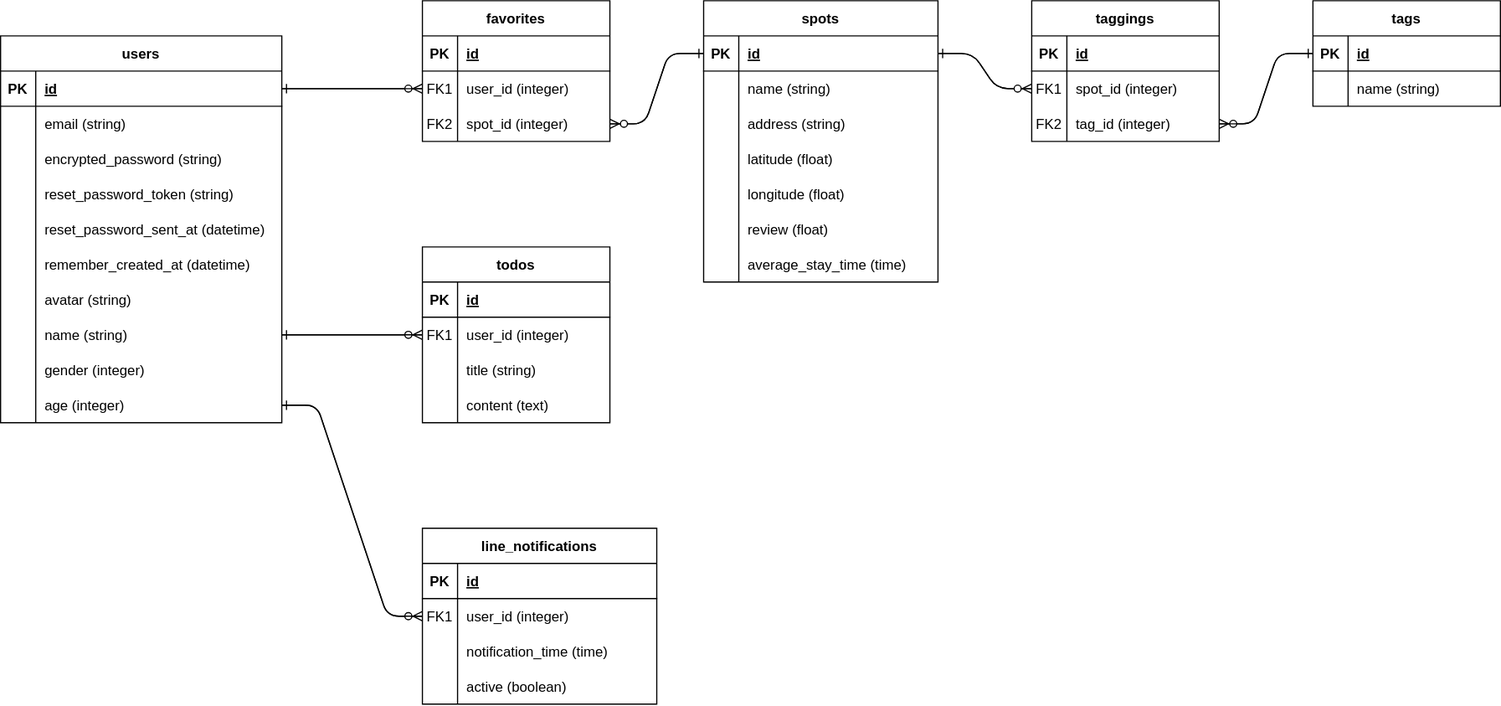
Above: ER_diagram.drawio.svg in yu70-m5d/free-time-navigator (draw.io), before the change. Source tidied: cells renumbered, new cells last; positions are measured from the earlier drawing's top-left corner, leaving out a move shared by most shapes.
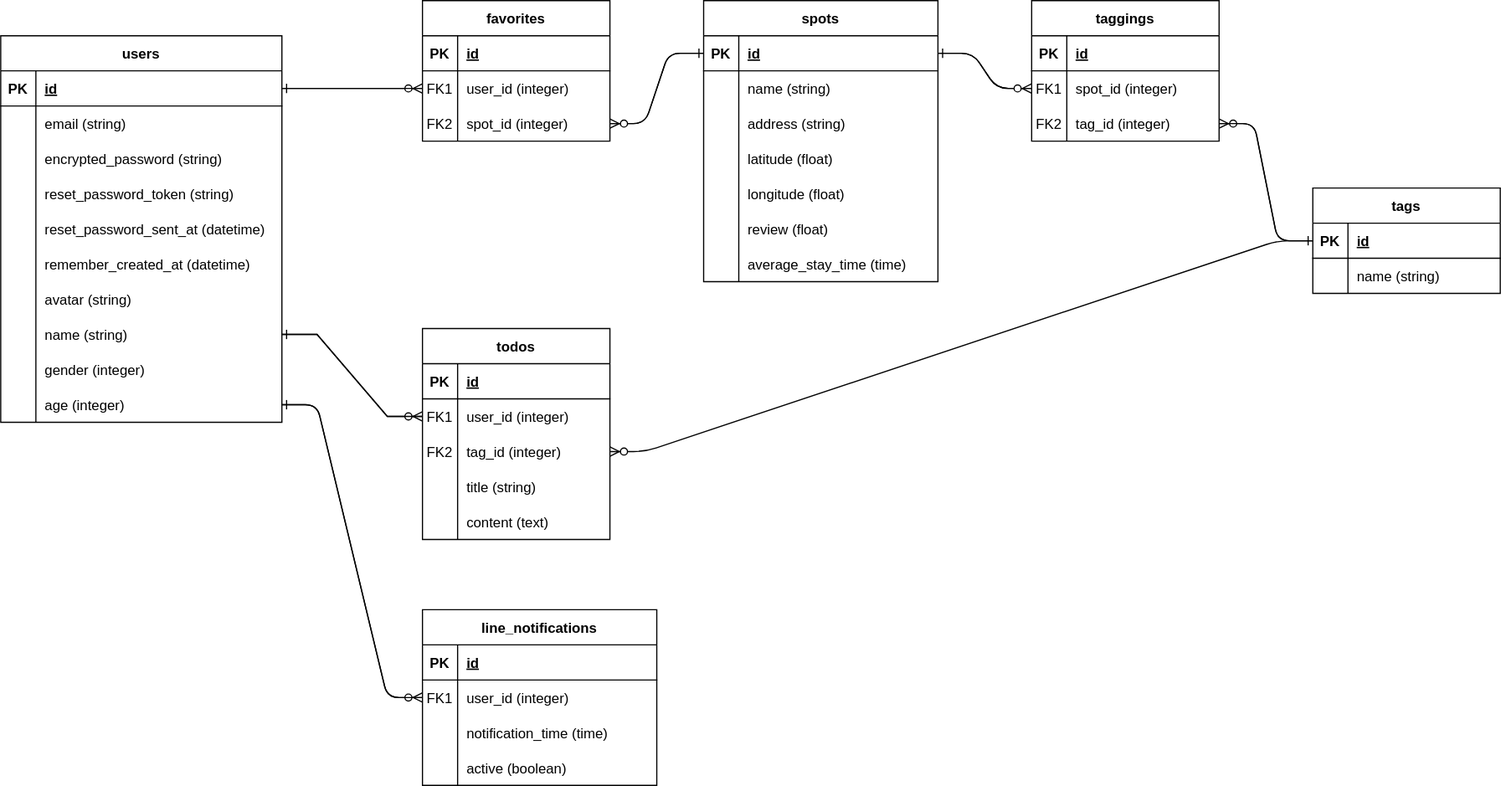
After the change.

Commit message:
修正3:ER図修正

Change to the diagram source:
```diff
@@ -192,7 +192,7 @@
       <mxGeometry x="30" width="210" height="30" as="geometry" />
     </mxCell>
     <mxCell id="65" value="tags" style="shape=table;startSize=30;rowLines=0;fontStyle=1;align=center;" parent="1" vertex="1">
-      <mxGeometry x="1120" width="160" height="90" as="geometry" />
+      <mxGeometry x="1120" y="160" width="160" height="90" as="geometry" />
     </mxCell>
     <mxCell id="66" style="shape=partialRectangle;fillColor=none;points=[[0,0.5],[1,0.5]];portConstraint=eastwest;top=0;left=0;right=0;bottom=1;" parent="65" vertex="1">
       <mxGeometry y="30" width="160" height="30" as="geometry" />
@@ -213,7 +213,7 @@
       <mxGeometry x="30" width="130" height="30" as="geometry" />
     </mxCell>
     <mxCell id="72" value="todos" style="shape=table;startSize=30;rowLines=0;fontStyle=1;align=center;" parent="1" vertex="1">
-      <mxGeometry x="360" y="210" width="160" height="150" as="geometry" />
+      <mxGeometry x="360" y="280" width="160" height="180" as="geometry" />
     </mxCell>
     <mxCell id="73" style="shape=partialRectangle;fillColor=none;top=0;left=0;right=0;bottom=1;" parent="72" vertex="1">
       <mxGeometry y="30" width="160" height="30" as="geometry" />
@@ -233,8 +233,17 @@
     <mxCell id="78" value="user_id (integer)" style="shape=partialRectangle;overflow=hidden;fillColor=none;top=0;left=0;bottom=0;right=0;align=left;spacingLeft=6;" parent="76" vertex="1">
       <mxGeometry x="30" width="130" height="30" as="geometry" />
     </mxCell>
+    <mxCell id="120" style="shape=partialRectangle;fillColor=none;points=[[0,0.5],[1,0.5]];portConstraint=eastwest;top=0;left=0;right=0;bottom=0;" parent="72" vertex="1">
+      <mxGeometry y="90" width="160" height="30" as="geometry" />
+    </mxCell>
+    <mxCell id="121" value="FK2" style="shape=partialRectangle;overflow=hidden;fillColor=none;top=0;left=0;bottom=0;right=0;" parent="120" vertex="1">
+      <mxGeometry width="30" height="30" as="geometry" />
+    </mxCell>
+    <mxCell id="122" value="tag_id (integer)" style="shape=partialRectangle;overflow=hidden;fillColor=none;top=0;left=0;bottom=0;right=0;align=left;spacingLeft=6;" parent="120" vertex="1">
+      <mxGeometry x="30" width="130" height="30" as="geometry" />
+    </mxCell>
     <mxCell id="79" style="shape=partialRectangle;fillColor=none;top=0;left=0;right=0;bottom=0;" parent="72" vertex="1">
-      <mxGeometry y="90" width="160" height="30" as="geometry" />
+      <mxGeometry y="120" width="160" height="30" as="geometry" />
     </mxCell>
     <mxCell id="80" style="shape=partialRectangle;overflow=hidden;fillColor=none;top=0;left=0;bottom=0;right=0;" parent="79" vertex="1">
       <mxGeometry width="30" height="30" as="geometry" />
@@ -243,7 +252,7 @@
       <mxGeometry x="30" width="130" height="30" as="geometry" />
     </mxCell>
     <mxCell id="82" style="shape=partialRectangle;fillColor=none;top=0;left=0;right=0;bottom=0;" parent="72" vertex="1">
-      <mxGeometry y="120" width="160" height="30" as="geometry" />
+      <mxGeometry y="150" width="160" height="30" as="geometry" />
     </mxCell>
     <mxCell id="83" style="shape=partialRectangle;overflow=hidden;fillColor=none;top=0;left=0;bottom=0;right=0;" parent="82" vertex="1">
       <mxGeometry width="30" height="30" as="geometry" />
@@ -295,7 +304,7 @@
       <mxGeometry x="30" width="130" height="30" as="geometry" />
     </mxCell>
     <mxCell id="98" value="line_notifications" style="shape=table;startSize=30;rowLines=0;fontStyle=1;align=center;" parent="1" vertex="1">
-      <mxGeometry x="360" y="450" width="200" height="150" as="geometry" />
+      <mxGeometry x="360" y="520" width="200" height="150" as="geometry" />
     </mxCell>
     <mxCell id="99" style="shape=partialRectangle;fillColor=none;top=0;left=0;right=0;bottom=1;" parent="98" vertex="1">
       <mxGeometry y="30" width="200" height="30" as="geometry" />
@@ -360,5 +369,8 @@
     <mxCell id="119" style="edgeStyle=entityRelationEdgeStyle;fontSize=12;html=1;endArrow=ERone;endFill=1;entryX=0;entryY=0.5;entryDx=0;entryDy=0;exitX=1;exitY=0.5;exitDx=0;exitDy=0;" parent="1" edge="1" source="95" target="66">
       <mxGeometry relative="1" as="geometry" />
     </mxCell>
+    <mxCell id="123" style="edgeStyle=entityRelationEdgeStyle;fontSize=12;html=1;endArrow=ERzeroToMany;endFill=1;entryX=1;entryY=0.5;entryDx=0;entryDy=0;exitX=0;exitY=0.5;exitDx=0;exitDy=0;" parent="1" edge="1" source="66" target="120">
+      <mxGeometry relative="1" as="geometry" />
+    </mxCell>
   </root>
 </mxGraphModel>
```
